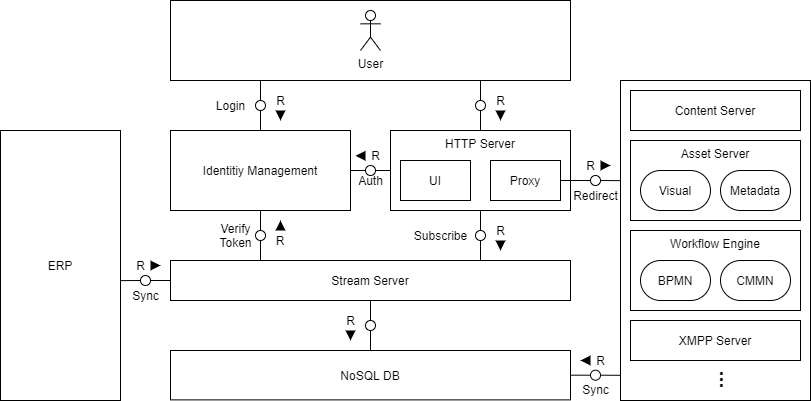
Before: assets/images/architecture/Overview.png, a diagram exported from draw.io (SumApp/SumApp.github.io). Source tidied: cells renumbered, new cells last; positions are measured from the earlier drawing's top-left corner, leaving out a move shared by most shapes.
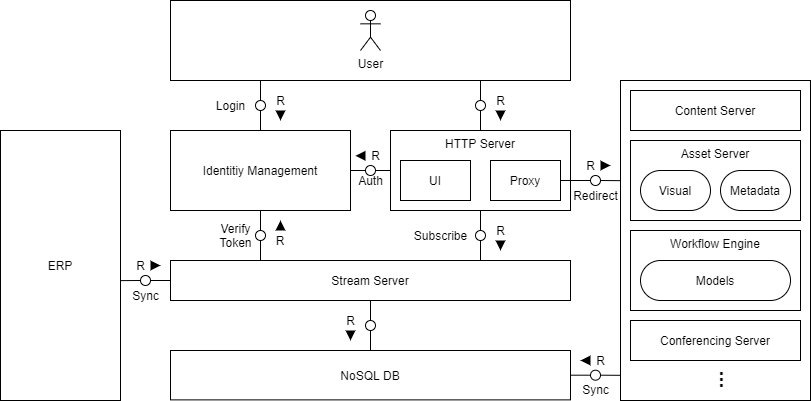
After the commit.

The edit, as a diff of the source:
```diff
@@ -41,11 +41,8 @@
     <mxCell id="14" value="Workflow Engine" style="rounded=0;whiteSpace=wrap;html=1;verticalAlign=top;" parent="1" vertex="1">
       <mxGeometry x="630" y="230" width="170" height="80" as="geometry" />
     </mxCell>
-    <mxCell id="15" value="CMMN" style="rounded=1;whiteSpace=wrap;html=1;arcSize=50;" parent="1" vertex="1">
-      <mxGeometry x="720" y="260" width="70" height="40" as="geometry" />
-    </mxCell>
-    <mxCell id="16" value="BPMN" style="rounded=1;whiteSpace=wrap;html=1;arcSize=50;" parent="1" vertex="1">
-      <mxGeometry x="640" y="260" width="70" height="40" as="geometry" />
+    <mxCell id="16" value="Models" style="rounded=1;whiteSpace=wrap;html=1;arcSize=50;" parent="1" vertex="1">
+      <mxGeometry x="640" y="260" width="150" height="40" as="geometry" />
     </mxCell>
     <mxCell id="17" value="ERP" style="rounded=0;whiteSpace=wrap;html=1;" parent="1" vertex="1">
       <mxGeometry y="130" width="120" height="270" as="geometry" />
@@ -53,7 +50,7 @@
     <mxCell id="18" value="..." style="rounded=0;whiteSpace=wrap;html=1;fontStyle=1;fontSize=20;verticalAlign=middle;rotation=90;strokeColor=none;fillColor=none;" parent="1" vertex="1">
       <mxGeometry x="708" y="360" width="40" height="39.4" as="geometry" />
     </mxCell>
-    <mxCell id="19" value="XMPP Server" style="rounded=0;whiteSpace=wrap;html=1;" parent="1" vertex="1">
+    <mxCell id="19" value="Conferencing Server" style="rounded=0;whiteSpace=wrap;html=1;" parent="1" vertex="1">
       <mxGeometry x="630" y="320" width="170" height="40" as="geometry" />
     </mxCell>
     <mxCell id="20" style="endArrow=none;html=1;fontSize=15;exitX=0.5;exitY=0;exitDx=0;exitDy=0;entryX=0.225;entryY=1;entryDx=0;entryDy=0;" parent="1" edge="1" source="21" target="4">
```
